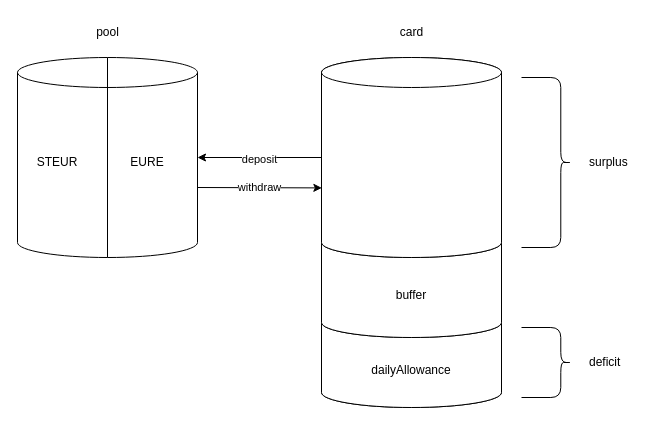
onchainification/robosaver keeps this draw.io diagram as diagram.drawio. Above is the earlier version. Source tidied: cells renumbered, new cells numbered last; positions are measured from the earlier drawing's top-left corner, leaving out a move shared by most shapes. Both pictures are drawn from the tidied source at 100%, with x=0, y=0 at pixel (17, 17).
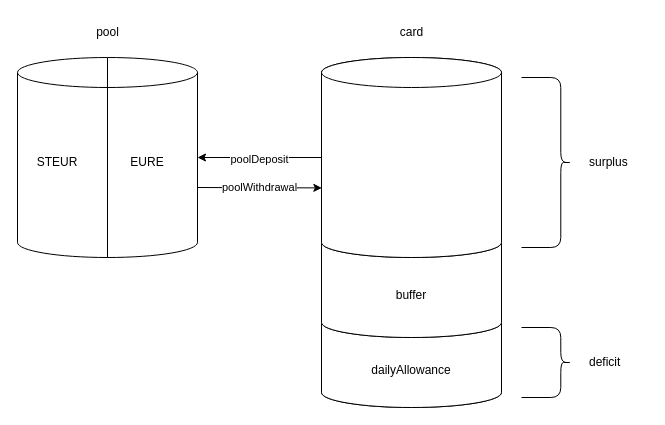
The same diagram, later.

What changed in the source:
```diff
@@
 <mxGraphModel>
   <root>
     <mxCell id="0" />
     <mxCell id="1" parent="0" />
     <mxCell id="2" style="shape=cylinder3;whiteSpace=wrap;html=1;boundedLbl=1;backgroundOutline=1;size=15;" parent="1" vertex="1">
       <mxGeometry x="304" y="40" width="180" height="350" as="geometry" />
     </mxCell>
     <mxCell id="3" value="dailyAllowance" style="shape=cylinder3;whiteSpace=wrap;html=1;boundedLbl=1;backgroundOutline=1;size=15;" parent="1" vertex="1">
       <mxGeometry x="304" y="290" width="180" height="100" as="geometry" />
     </mxCell>
     <mxCell id="4" value="buffer" style="shape=cylinder3;whiteSpace=wrap;html=1;boundedLbl=1;backgroundOutline=1;size=15;" parent="1" vertex="1">
       <mxGeometry x="304" y="210" width="180" height="110" as="geometry" />
     </mxCell>
     <mxCell id="5" style="edgeStyle=none;html=1;" parent="1" edge="1" source="7" target="14">
       <mxGeometry relative="1" as="geometry" />
     </mxCell>
-    <mxCell id="6" value="deposit" style="edgeLabel;html=1;align=center;verticalAlign=middle;" parent="5" vertex="1">
+    <mxCell id="6" value="poolDeposit" style="edgeLabel;html=1;align=center;verticalAlign=middle;" parent="5" vertex="1">
       <mxGeometry x="0.02" y="1" relative="1" as="geometry" />
     </mxCell>
     <mxCell id="7" style="shape=cylinder3;whiteSpace=wrap;html=1;boundedLbl=1;backgroundOutline=1;size=15;" parent="1" vertex="1">
       <mxGeometry x="304" y="40" width="180" height="200" as="geometry" />
     </mxCell>
     <mxCell id="8" style="shape=curlyBracket;whiteSpace=wrap;html=1;rounded=1;flipH=1;labelPosition=right;verticalLabelPosition=middle;align=left;verticalAlign=middle;size=0.21428571428571427;" parent="1" vertex="1">
       <mxGeometry x="504" y="60" width="50" height="170" as="geometry" />
     </mxCell>
     <mxCell id="9" value="surplus" style="text;html=1;align=left;verticalAlign=middle;strokeColor=none;fillColor=none;" parent="1" vertex="1">
       <mxGeometry x="570" y="130" width="60" height="30" as="geometry" />
     </mxCell>
     <mxCell id="10" style="shape=curlyBracket;whiteSpace=wrap;html=1;rounded=1;flipH=1;labelPosition=right;verticalLabelPosition=middle;align=left;verticalAlign=middle;size=0.21428571428571427;" parent="1" vertex="1">
       <mxGeometry x="504" y="310" width="50" height="70" as="geometry" />
     </mxCell>
     <mxCell id="11" value="deficit" style="text;html=1;align=left;verticalAlign=middle;strokeColor=none;fillColor=none;" parent="1" vertex="1">
       <mxGeometry x="570" y="330" width="50" height="30" as="geometry" />
     </mxCell>
     <mxCell id="12" value="card" style="text;html=1;align=center;verticalAlign=middle;strokeColor=none;fillColor=none;" parent="1" vertex="1">
       <mxGeometry x="369" width="50" height="30" as="geometry" />
     </mxCell>
-    <mxCell id="13" value="withdraw" style="edgeStyle=none;html=1;exitX=1;exitY=0.65;exitDx=0;exitDy=0;exitPerimeter=0;entryX=0.002;entryY=0.652;entryDx=0;entryDy=0;entryPerimeter=0;" parent="1" edge="1" source="14" target="7">
+    <mxCell id="13" value="poolWithdrawal" style="edgeStyle=none;html=1;exitX=1;exitY=0.65;exitDx=0;exitDy=0;exitPerimeter=0;entryX=0.002;entryY=0.652;entryDx=0;entryDy=0;entryPerimeter=0;" parent="1" edge="1" source="14" target="7">
       <mxGeometry relative="1" as="geometry" />
     </mxCell>
     <mxCell id="14" style="shape=cylinder3;whiteSpace=wrap;html=1;boundedLbl=1;backgroundOutline=1;size=15;" parent="1" vertex="1">
       <mxGeometry y="40" width="180" height="200" as="geometry" />
     </mxCell>
     <mxCell id="15" style="endArrow=none;html=1;entryX=0.5;entryY=0;entryDx=0;entryDy=0;entryPerimeter=0;exitX=0.5;exitY=1;exitDx=0;exitDy=0;exitPerimeter=0;" parent="1" edge="1" source="14" target="14">
       <mxGeometry relative="1" as="geometry" />
     </mxCell>
     <mxCell id="16" value="STEUR" style="text;html=1;strokeColor=none;fillColor=none;align=center;verticalAlign=middle;whiteSpace=wrap;rounded=0;" parent="1" vertex="1">
       <mxGeometry x="10" y="130" width="60" height="30" as="geometry" />
     </mxCell>
     <mxCell id="17" value="EURE" style="text;html=1;strokeColor=none;fillColor=none;align=center;verticalAlign=middle;whiteSpace=wrap;rounded=0;" parent="1" vertex="1">
       <mxGeometry x="100" y="130" width="60" height="30" as="geometry" />
     </mxCell>
     <mxCell id="18" value="pool" style="text;html=1;align=center;verticalAlign=middle;strokeColor=none;fillColor=none;" parent="1" vertex="1">
       <mxGeometry x="65" width="50" height="30" as="geometry" />
     </mxCell>
   </root>
 </mxGraphModel>
```
